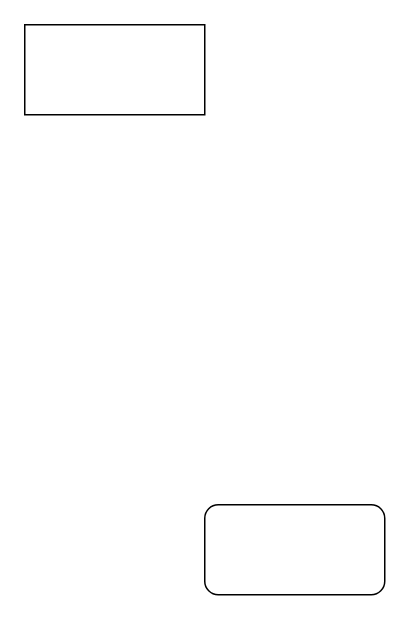
Above: Untitled Diagram.drawio in Auvili/ProjectRPG (draw.io), before the change. Source tidied: cells renumbered, new cells numbered last; positions are measured from the earlier drawing's top-left corner, leaving out a move shared by most shapes. Both pictures are drawn from the tidied source at 150%, with x=0, y=0 at pixel (24, 24).
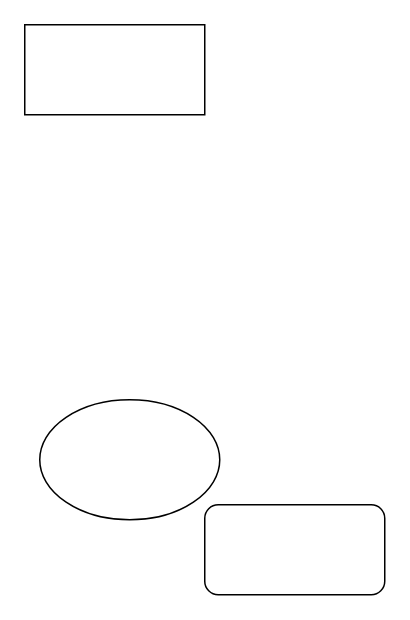
The same diagram, later.

Diff of the diagram source:
```diff
@@
 <mxGraphModel>
   <root>
     <mxCell id="0" />
     <mxCell id="1" parent="0" />
     <mxCell id="2" style="rounded=0;whiteSpace=wrap;html=1;" parent="1" vertex="1">
       <mxGeometry width="120" height="60" as="geometry" />
     </mxCell>
     <mxCell id="3" style="rounded=1;whiteSpace=wrap;html=1;" parent="1" vertex="1">
       <mxGeometry x="120" y="320" width="120" height="60" as="geometry" />
     </mxCell>
+    <mxCell id="4" style="ellipse;whiteSpace=wrap;html=1;" parent="1" vertex="1">
+      <mxGeometry x="10" y="250" width="120" height="80" as="geometry" />
+    </mxCell>
   </root>
 </mxGraphModel>
```
